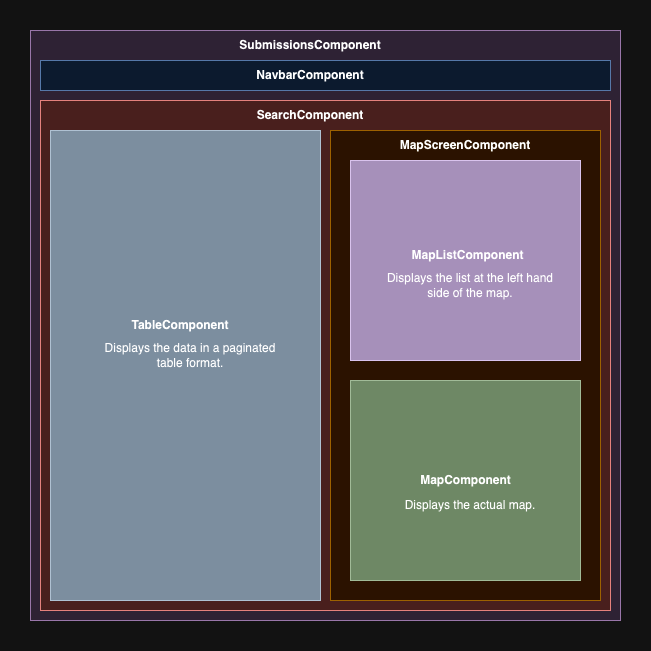
Earlier version of the draw.io export repo_assets/Submissions_components_architecture.drawio.png (kartiks2000/Submissions). Source tidied: cells renumbered, new cells last; positions are measured from the earlier drawing's top-left corner, leaving out a move shared by most shapes.
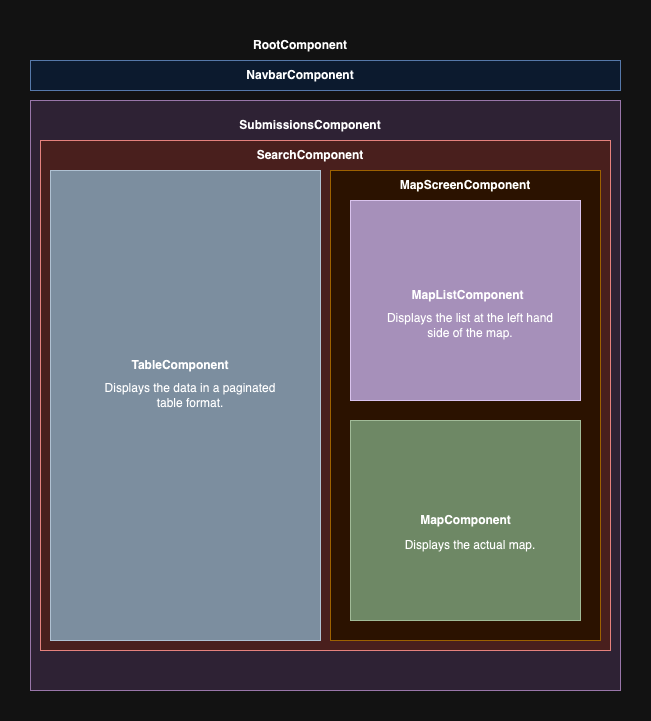
Above is the later version.

The edit, as a diff of the source:
```diff
@@ -3,10 +3,10 @@
     <mxCell id="0" />
     <mxCell id="1" parent="0" />
     <mxCell id="2" style="whiteSpace=wrap;html=1;fillColor=#e1d5e7;strokeColor=#9673a6;" parent="1" vertex="1">
-      <mxGeometry width="590" height="590" as="geometry" />
+      <mxGeometry y="30" width="590" height="590" as="geometry" />
     </mxCell>
     <mxCell id="3" value="&lt;b&gt;SubmissionsComponent&lt;/b&gt;" style="text;html=1;align=center;verticalAlign=middle;whiteSpace=wrap;rounded=0;" parent="1" vertex="1">
-      <mxGeometry x="250" width="60" height="30" as="geometry" />
+      <mxGeometry x="250" y="40" width="60" height="30" as="geometry" />
     </mxCell>
     <mxCell id="4" style="rounded=0;whiteSpace=wrap;html=1;fillColor=#f8cecc;strokeColor=#b85450;" parent="1" vertex="1">
       <mxGeometry x="10" y="70" width="570" height="510" as="geometry" />
@@ -15,10 +15,10 @@
       <mxGeometry x="250" y="70" width="60" height="30" as="geometry" />
     </mxCell>
     <mxCell id="6" style="rounded=0;whiteSpace=wrap;html=1;fillColor=#dae8fc;strokeColor=#6c8ebf;" parent="1" vertex="1">
-      <mxGeometry x="10" y="30" width="570" height="30" as="geometry" />
+      <mxGeometry y="-10" width="590" height="30" as="geometry" />
     </mxCell>
     <mxCell id="7" value="&lt;b&gt;NavbarComponent&lt;/b&gt;" style="text;html=1;align=center;verticalAlign=middle;whiteSpace=wrap;rounded=0;" parent="1" vertex="1">
-      <mxGeometry x="250" y="30" width="60" height="30" as="geometry" />
+      <mxGeometry x="240" y="-10" width="60" height="30" as="geometry" />
     </mxCell>
     <mxCell id="8" style="rounded=0;whiteSpace=wrap;html=1;fillColor=#647687;fontColor=#ffffff;strokeColor=#314354;" parent="1" vertex="1">
       <mxGeometry x="20" y="100" width="270" height="470" as="geometry" />
@@ -53,5 +53,8 @@
     <mxCell id="18" value="Displays the data in a paginated table format." style="text;html=1;align=center;verticalAlign=middle;whiteSpace=wrap;rounded=0;" parent="1" vertex="1">
       <mxGeometry x="60" y="310" width="200" height="30" as="geometry" />
     </mxCell>
+    <mxCell id="19" value="&lt;b&gt;RootComponent&lt;/b&gt;" style="text;html=1;align=center;verticalAlign=middle;whiteSpace=wrap;rounded=0;" parent="1" vertex="1">
+      <mxGeometry x="240" y="-40" width="60" height="30" as="geometry" />
+    </mxCell>
   </root>
 </mxGraphModel>
```
